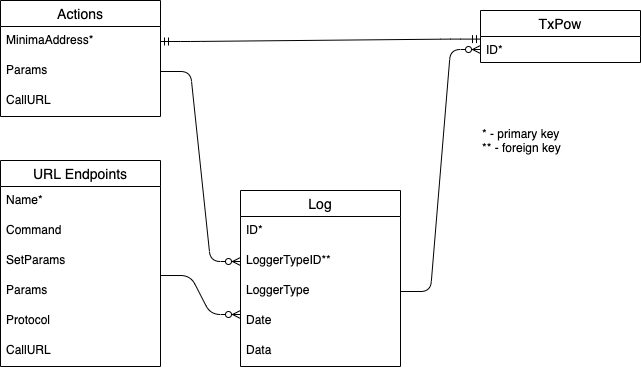
Above: docs/images/dbase.png in minima-global/emh (draw.io), before the change. Source tidied: cells renumbered, new cells last; positions are measured from the earlier drawing's top-left corner, leaving out a move shared by most shapes.
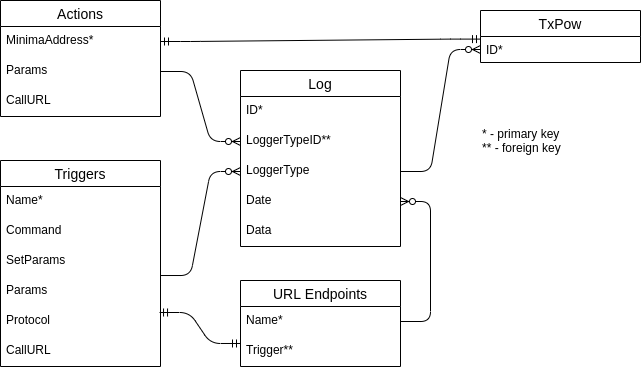
The same file after the commit.

Commit message:
database tweak

The edit, as a diff of the source:
```diff
@@ -3,7 +3,7 @@
     <mxCell id="0" />
     <mxCell id="1" parent="0" />
     <mxCell id="2" value="Log" style="swimlane;fontStyle=0;horizontal=1;startSize=26;align=center;fontSize=14;" parent="1" vertex="1">
-      <mxGeometry x="240" y="190" width="160" height="176" as="geometry" />
+      <mxGeometry x="240" y="70" width="160" height="176" as="geometry" />
     </mxCell>
     <mxCell id="3" value="ID*" style="text;strokeColor=none;fillColor=none;spacingLeft=4;spacingRight=4;overflow=hidden;fontSize=12;" parent="2" vertex="1">
       <mxGeometry y="26" width="160" height="30" as="geometry" />
@@ -17,15 +17,10 @@
     <mxCell id="6" value="Date" style="text;strokeColor=none;fillColor=none;spacingLeft=4;spacingRight=4;overflow=hidden;points=[[0,0.5],[1,0.5]];portConstraint=eastwest;fontSize=12;" parent="2" vertex="1">
       <mxGeometry y="116" width="160" height="30" as="geometry" />
     </mxCell>
-    <mxCell id="7" style="edgeStyle=entityRelationEdgeStyle;fontSize=12;html=1;endArrow=ERzeroToMany;endFill=1;exitX=1;exitY=-0.033;exitDx=0;exitDy=0;exitPerimeter=0;" parent="2" edge="1" source="13">
-      <mxGeometry relative="1" as="geometry">
-        <mxPoint y="124" as="targetPoint" />
-      </mxGeometry>
-    </mxCell>
     <mxCell id="8" value="Data" style="text;strokeColor=none;fillColor=none;spacingLeft=4;spacingRight=4;overflow=hidden;fontSize=12;" parent="2" vertex="1">
       <mxGeometry y="146" width="160" height="30" as="geometry" />
     </mxCell>
-    <mxCell id="9" value="URL Endpoints" style="swimlane;fontStyle=0;horizontal=1;startSize=26;align=center;fontSize=14;" parent="1" vertex="1">
+    <mxCell id="9" value="Triggers" style="swimlane;fontStyle=0;horizontal=1;startSize=26;align=center;fontSize=14;" parent="1" vertex="1">
       <mxGeometry y="160" width="160" height="206" as="geometry" />
     </mxCell>
     <mxCell id="10" value="Name* " style="text;strokeColor=none;fillColor=none;spacingLeft=4;spacingRight=4;overflow=hidden;fontSize=12;" parent="9" vertex="1">
@@ -76,5 +71,23 @@
     <mxCell id="25" style="edgeStyle=entityRelationEdgeStyle;fontSize=12;html=1;endArrow=ERzeroToMany;endFill=1;entryX=0;entryY=0.5;entryDx=0;entryDy=0;exitX=1;exitY=0.5;exitDx=0;exitDy=0;" parent="1" edge="1" source="5" target="23">
       <mxGeometry relative="1" as="geometry" />
     </mxCell>
+    <mxCell id="26" value="URL Endpoints" style="swimlane;fontStyle=0;horizontal=1;startSize=26;align=center;fontSize=14;" parent="1" vertex="1">
+      <mxGeometry x="240" y="280" width="160" height="86" as="geometry" />
+    </mxCell>
+    <mxCell id="27" value="Name* " style="text;strokeColor=none;fillColor=none;spacingLeft=4;spacingRight=4;overflow=hidden;points=[[0,0.5],[1,0.5]];portConstraint=eastwest;fontSize=12;" parent="26" vertex="1">
+      <mxGeometry y="26" width="160" height="30" as="geometry" />
+    </mxCell>
+    <mxCell id="28" value="Trigger**" style="text;strokeColor=none;fillColor=none;spacingLeft=4;spacingRight=4;overflow=hidden;points=[[0,0.5],[1,0.5]];portConstraint=eastwest;fontSize=12;" parent="26" vertex="1">
+      <mxGeometry y="56" width="160" height="30" as="geometry" />
+    </mxCell>
+    <mxCell id="29" style="edgeStyle=entityRelationEdgeStyle;fontSize=12;html=1;endArrow=ERzeroToMany;endFill=1;entryX=1;entryY=0.5;entryDx=0;entryDy=0;exitX=1;exitY=0.5;exitDx=0;exitDy=0;" parent="1" edge="1" source="27" target="6">
+      <mxGeometry relative="1" as="geometry" />
+    </mxCell>
+    <mxCell id="7" style="edgeStyle=entityRelationEdgeStyle;fontSize=12;html=1;endArrow=ERzeroToMany;endFill=1;exitX=1;exitY=-0.033;exitDx=0;exitDy=0;exitPerimeter=0;entryX=0;entryY=0.5;entryDx=0;entryDy=0;" parent="1" edge="1" source="13" target="5">
+      <mxGeometry relative="1" as="geometry" />
+    </mxCell>
+    <mxCell id="30" style="edgeStyle=entityRelationEdgeStyle;fontSize=12;html=1;endArrow=ERmandOne;startArrow=ERmandOne;exitX=0;exitY=0.233;exitDx=0;exitDy=0;entryX=0.994;entryY=0.2;entryDx=0;entryDy=0;entryPerimeter=0;exitPerimeter=0;" parent="1" edge="1" source="28" target="14">
+      <mxGeometry relative="1" as="geometry" />
+    </mxCell>
   </root>
 </mxGraphModel>
```
